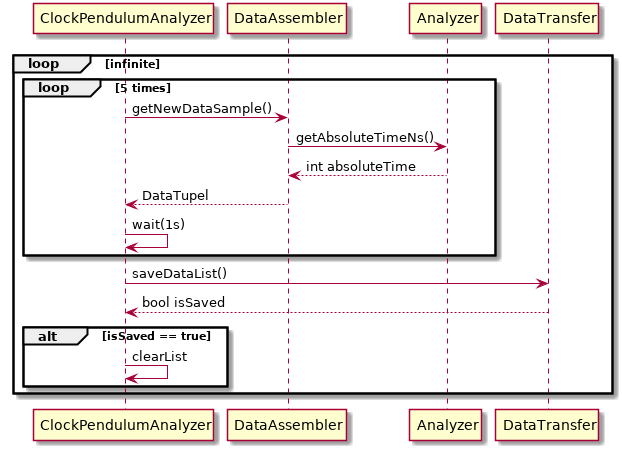
gnomengineer/ClockPendelumAnalyzer keeps this PlantUML diagram as docs/uml/sequence_data_save.png. Above is the earlier version.
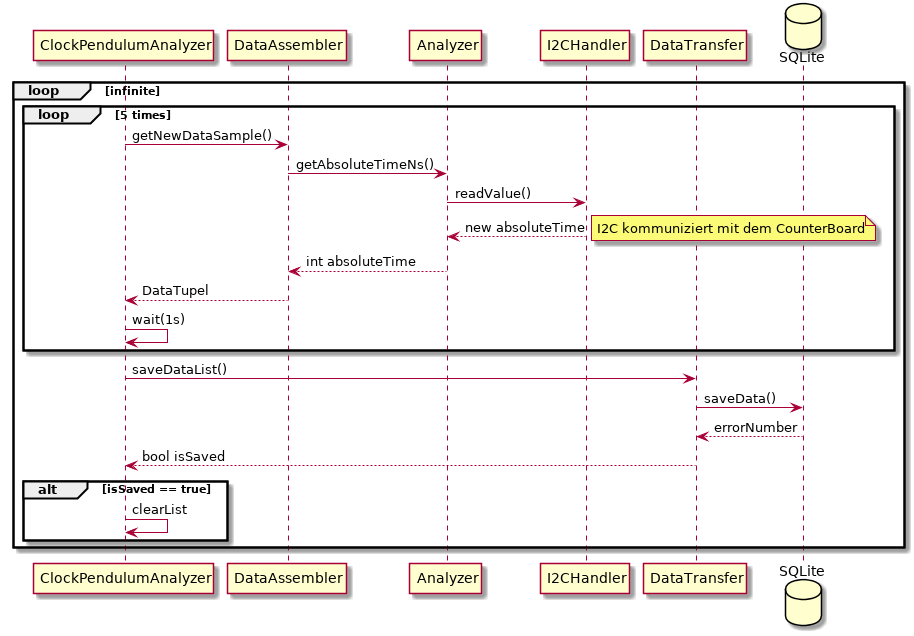
The same file after the commit.

Commit message:
added missing participants for the sequence diagrams

Change to the diagram source:
```diff
@@ -1,18 +1,30 @@
 @startuml
+
+participant ClockPendulumAnalyzer as cpa
+participant DataAssembler as da
+participant Analyzer as a
+participant I2CHandler as i2c
+participant DataTransfer as dt
+database SQLite as sql
 
 loop infinite
     loop 5 times
-        ClockPendulumAnalyzer -> DataAssembler : getNewDataSample()
-        DataAssembler -> Analyzer : getAbsoluteTimeNs()
-        DataAssembler <-- Analyzer : int absoluteTime
-        ClockPendulumAnalyzer <-- DataAssembler : DataTupel
-        ClockPendulumAnalyzer -> ClockPendulumAnalyzer : wait(1s)
+        cpa -> da : getNewDataSample()
+        da -> a : getAbsoluteTimeNs()
+        a -> i2c : readValue()
+        a <-- i2c : new absoluteTime
+        note right: I2C kommuniziert mit dem CounterBoard
+        da <-- a : int absoluteTime
+        cpa <-- da : DataTupel
+        cpa -> cpa : wait(1s)
     end
 
-    ClockPendulumAnalyzer -> DataTransfer : saveDataList()
-    ClockPendulumAnalyzer <-- DataTransfer : bool isSaved
+    cpa -> dt : saveDataList()
+    dt -> sql : saveData()
+    dt <-- sql : errorNumber
+    cpa <-- dt : bool isSaved
     alt isSaved == true
-        ClockPendulumAnalyzer -> ClockPendulumAnalyzer : clearList
+        cpa -> cpa : clearList
     end
 end
 
```
